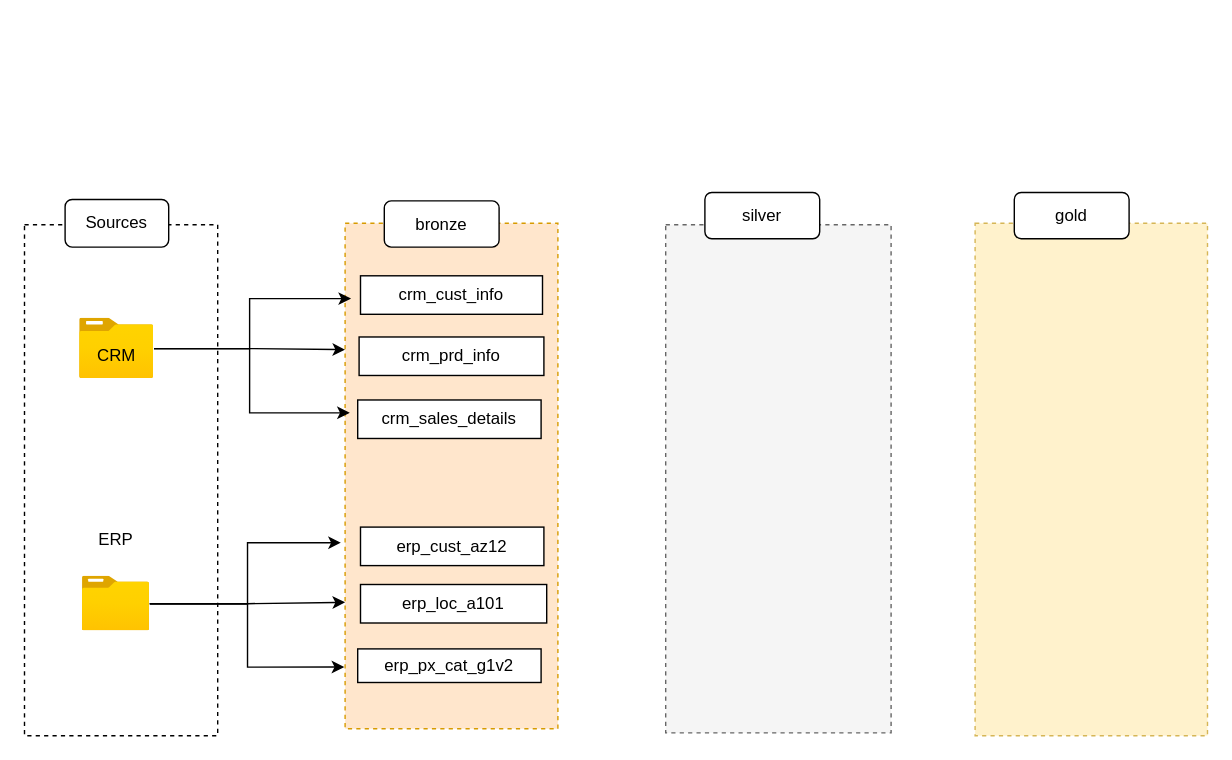
This is page "Page-2" (2 of 2) of Datawarehouse_Learn.drawio from iamajeet/datawarehouse, a draw.io file, before an edit. Source tidied: cells renumbered, new cells numbered last; positions are measured from the earlier drawing's top-left corner, leaving out a move shared by most shapes. Both pictures are drawn from the tidied source at 140%, with x=0, y=0 at pixel (24, 192).
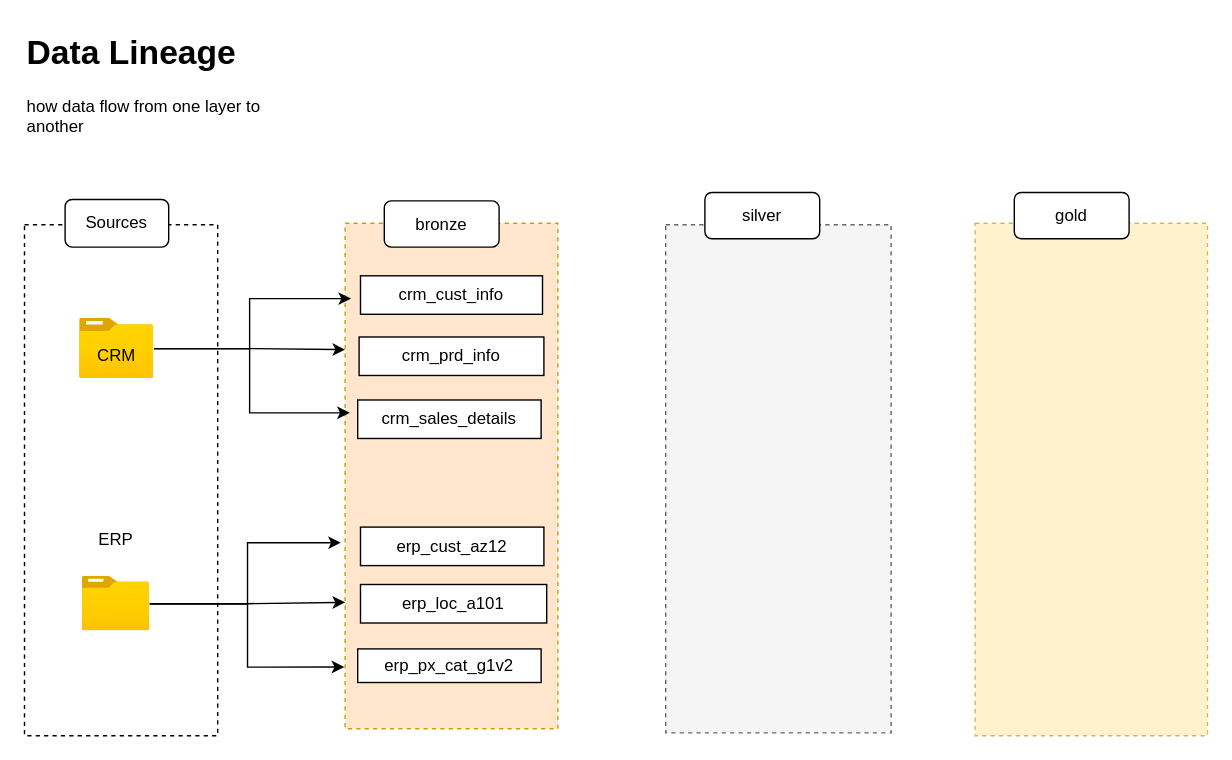
The same diagram, later.

What changed in the source:
```diff
@@
+    <mxCell id="26" value="&lt;h1 style=&quot;margin-top: 0px;&quot;&gt;Data Lineage&lt;/h1&gt;&lt;p&gt;how data flow from one layer to another&lt;/p&gt;" style="text;html=1;whiteSpace=wrap;overflow=hidden;rounded=0;" parent="1" vertex="1">
+      <mxGeometry y="-120" width="180" height="120" as="geometry" />
+    </mxCell>
```
